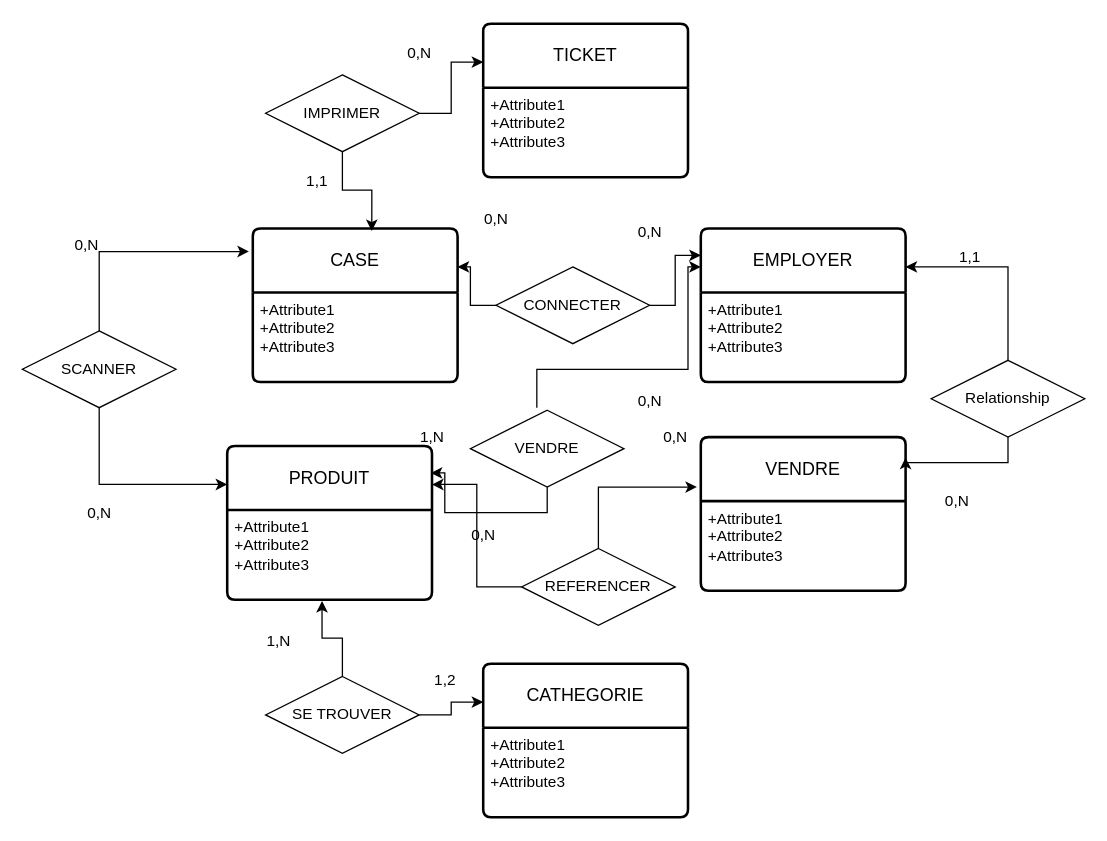
Before: page "Page-2" (2 of 3) of Diagramme sans nom 6.drawio in vsilvanska/examen-info-2023, a draw.io diagram. Source tidied: cells renumbered, new cells numbered last; positions are measured from the earlier drawing's top-left corner, leaving out a move shared by most shapes. Both pictures are drawn from the tidied source at 128%, with x=0, y=0 at pixel (22, 23).
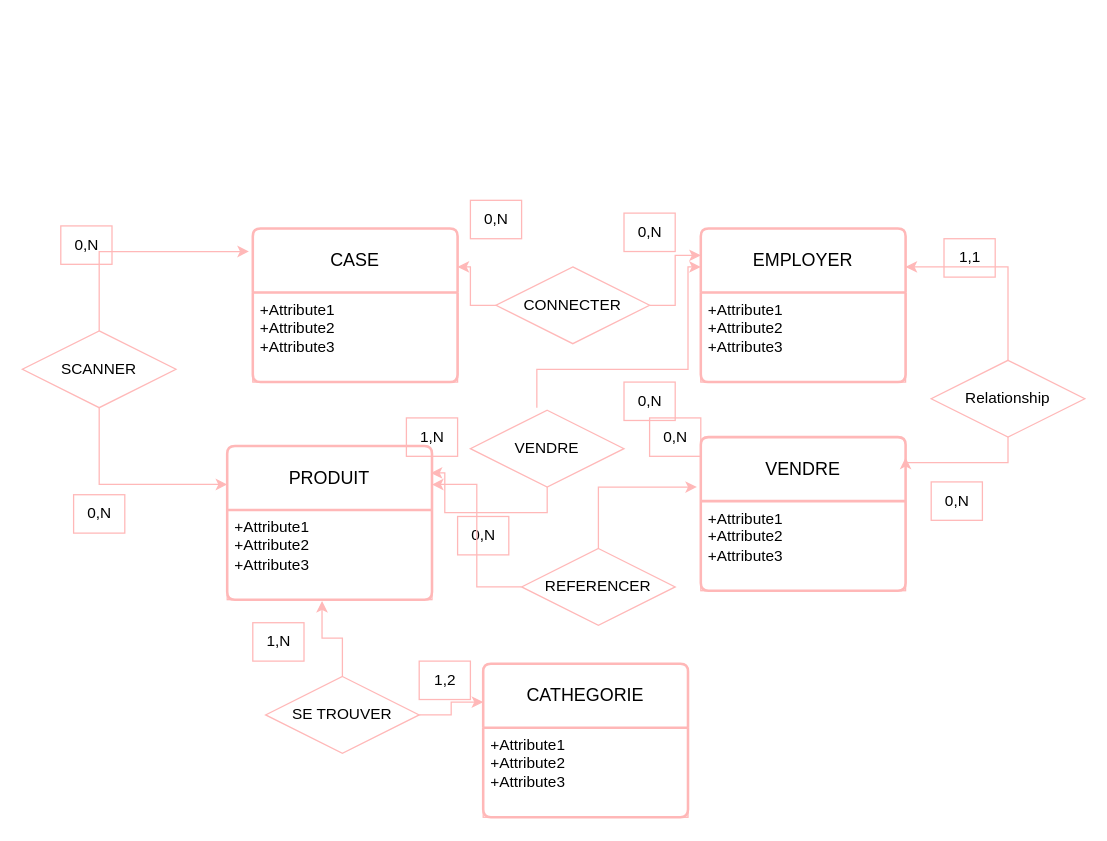
The same page after the edit.

Change to the diagram source:
```diff
@@
-    <mxCell id="2" value="CASE" style="swimlane;horizontal=1;startSize=50;rounded=1;fontSize=14;fontStyle=0;strokeWidth=2;shadow=0;dashed=0;align=center;arcSize=4;whiteSpace=wrap;html=1;" parent="1" vertex="1">
+    <mxCell id="2" value="CASE" style="swimlane;horizontal=1;startSize=50;rounded=1;fontSize=14;fontStyle=0;strokeWidth=2;shadow=0;dashed=0;align=center;arcSize=4;whiteSpace=wrap;html=1;strokeColor=#ffb8b8;" parent="1" vertex="1">
       <mxGeometry x="180" y="160" width="160" height="120" as="geometry" />
     </mxCell>
-    <mxCell id="3" value="+Attribute1&#10;+Attribute2&#10;+Attribute3" style="align=left;strokeColor=none;fillColor=none;spacingLeft=4;fontSize=12;verticalAlign=top;html=1;" parent="2" vertex="1">
+    <mxCell id="3" value="+Attribute1&#10;+Attribute2&#10;+Attribute3" style="align=left;strokeColor=#ffb8b8;fillColor=none;spacingLeft=4;fontSize=12;verticalAlign=top;html=1;" parent="2" vertex="1">
       <mxGeometry y="50" width="160" height="70" as="geometry" />
     </mxCell>
-    <mxCell id="4" value="EMPLOYER" style="swimlane;horizontal=1;startSize=50;rounded=1;fontSize=14;fontStyle=0;strokeWidth=2;shadow=0;dashed=0;align=center;arcSize=4;whiteSpace=wrap;html=1;" parent="1" vertex="1">
+    <mxCell id="4" value="EMPLOYER" style="swimlane;horizontal=1;startSize=50;rounded=1;fontSize=14;fontStyle=0;strokeWidth=2;shadow=0;dashed=0;align=center;arcSize=4;whiteSpace=wrap;html=1;strokeColor=#ffb8b8;" parent="1" vertex="1">
       <mxGeometry x="530" y="160" width="160" height="120" as="geometry" />
     </mxCell>
-    <mxCell id="5" value="+Attribute1&#10;+Attribute2&#10;+Attribute3" style="align=left;strokeColor=none;fillColor=none;spacingLeft=4;fontSize=12;verticalAlign=top;html=1;" parent="4" vertex="1">
+    <mxCell id="5" value="+Attribute1&#10;+Attribute2&#10;+Attribute3" style="align=left;strokeColor=#ffb8b8;fillColor=none;spacingLeft=4;fontSize=12;verticalAlign=top;html=1;" parent="4" vertex="1">
       <mxGeometry y="50" width="160" height="70" as="geometry" />
     </mxCell>
-    <mxCell id="6" style="edgeStyle=orthogonalEdgeStyle;rounded=0;jettySize=auto;html=1;exitX=0;exitY=0.5;exitDx=0;exitDy=0;entryX=1;entryY=0.25;entryDx=0;entryDy=0;" parent="1" edge="1" source="7" target="2">
+    <mxCell id="6" style="edgeStyle=orthogonalEdgeStyle;rounded=0;jettySize=auto;html=1;exitX=0;exitY=0.5;exitDx=0;exitDy=0;entryX=1;entryY=0.25;entryDx=0;entryDy=0;strokeColor=#ffb8b8;" parent="1" edge="1" source="7" target="2">
       <mxGeometry relative="1" as="geometry" />
     </mxCell>
-    <mxCell id="7" value="CONNECTER" style="shape=rhombus;perimeter=rhombusPerimeter;whiteSpace=wrap;html=1;align=center;" parent="1" vertex="1">
+    <mxCell id="7" value="CONNECTER" style="shape=rhombus;perimeter=rhombusPerimeter;whiteSpace=wrap;html=1;align=center;strokeColor=#ffb8b8;" parent="1" vertex="1">
       <mxGeometry x="370" y="190" width="120" height="60" as="geometry" />
     </mxCell>
-    <mxCell id="8" style="edgeStyle=orthogonalEdgeStyle;rounded=0;jettySize=auto;html=1;exitX=1;exitY=0.5;exitDx=0;exitDy=0;entryX=0;entryY=0.175;entryDx=0;entryDy=0;entryPerimeter=0;" parent="1" edge="1" source="7" target="4">
+    <mxCell id="8" style="edgeStyle=orthogonalEdgeStyle;rounded=0;jettySize=auto;html=1;exitX=1;exitY=0.5;exitDx=0;exitDy=0;entryX=0;entryY=0.175;entryDx=0;entryDy=0;entryPerimeter=0;strokeColor=#ffb8b8;" parent="1" edge="1" source="7" target="4">
       <mxGeometry relative="1" as="geometry" />
     </mxCell>
-    <mxCell id="9" value="0,N" style="text;html=1;align=center;verticalAlign=middle;strokeColor=none;fillColor=none;" parent="1" vertex="1">
+    <mxCell id="9" value="0,N" style="text;html=1;align=center;verticalAlign=middle;strokeColor=#ffb8b8;fillColor=none;" parent="1" vertex="1">
       <mxGeometry x="350" y="138" width="40" height="30" as="geometry" />
     </mxCell>
-    <mxCell id="10" value="0,N" style="text;html=1;align=center;verticalAlign=middle;strokeColor=none;fillColor=none;" parent="1" vertex="1">
+    <mxCell id="10" value="0,N" style="text;html=1;align=center;verticalAlign=middle;strokeColor=#ffb8b8;fillColor=none;" parent="1" vertex="1">
       <mxGeometry x="470" y="148" width="40" height="30" as="geometry" />
     </mxCell>
-    <mxCell id="11" value="PRODUIT" style="swimlane;horizontal=1;startSize=50;rounded=1;fontSize=14;fontStyle=0;strokeWidth=2;shadow=0;dashed=0;align=center;arcSize=4;whiteSpace=wrap;html=1;" parent="1" vertex="1">
+    <mxCell id="11" value="PRODUIT" style="swimlane;horizontal=1;startSize=50;rounded=1;fontSize=14;fontStyle=0;strokeWidth=2;shadow=0;dashed=0;align=center;arcSize=4;whiteSpace=wrap;html=1;strokeColor=#ffb8b8;" parent="1" vertex="1">
       <mxGeometry x="160" y="330" width="160" height="120" as="geometry" />
     </mxCell>
-    <mxCell id="12" value="+Attribute1&#10;+Attribute2&#10;+Attribute3" style="align=left;strokeColor=none;fillColor=none;spacingLeft=4;fontSize=12;verticalAlign=top;html=1;" parent="11" vertex="1">
+    <mxCell id="12" value="+Attribute1&#10;+Attribute2&#10;+Attribute3" style="align=left;strokeColor=#ffb8b8;fillColor=none;spacingLeft=4;fontSize=12;verticalAlign=top;html=1;" parent="11" vertex="1">
       <mxGeometry y="50" width="160" height="70" as="geometry" />
     </mxCell>
-    <mxCell id="13" value="TICKET" style="swimlane;horizontal=1;startSize=50;rounded=1;fontSize=14;fontStyle=0;strokeWidth=2;shadow=0;dashed=0;align=center;arcSize=4;whiteSpace=wrap;html=1;" parent="1" vertex="1">
-      <mxGeometry x="360" width="160" height="120" as="geometry" />
-    </mxCell>
-    <mxCell id="14" value="+Attribute1&#10;+Attribute2&#10;+Attribute3" style="align=left;strokeColor=none;fillColor=none;spacingLeft=4;fontSize=12;verticalAlign=top;html=1;" parent="13" vertex="1">
-      <mxGeometry y="50" width="160" height="70" as="geometry" />
-    </mxCell>
-    <mxCell id="15" style="edgeStyle=orthogonalEdgeStyle;rounded=0;jettySize=auto;html=1;exitX=1;exitY=0.5;exitDx=0;exitDy=0;entryX=0;entryY=0.25;entryDx=0;entryDy=0;" parent="1" edge="1" source="16" target="13">
-      <mxGeometry relative="1" as="geometry" />
-    </mxCell>
-    <mxCell id="16" value="IMPRIMER" style="shape=rhombus;perimeter=rhombusPerimeter;whiteSpace=wrap;html=1;align=center;" parent="1" vertex="1">
-      <mxGeometry x="190" y="40" width="120" height="60" as="geometry" />
-    </mxCell>
-    <mxCell id="17" style="edgeStyle=orthogonalEdgeStyle;rounded=0;jettySize=auto;html=1;exitX=0.5;exitY=1;exitDx=0;exitDy=0;entryX=0.581;entryY=0.017;entryDx=0;entryDy=0;entryPerimeter=0;" parent="1" edge="1" source="16" target="2">
-      <mxGeometry relative="1" as="geometry" />
-    </mxCell>
-    <mxCell id="18" style="edgeStyle=orthogonalEdgeStyle;rounded=0;jettySize=auto;html=1;exitX=0.5;exitY=1;exitDx=0;exitDy=0;entryX=0;entryY=0.25;entryDx=0;entryDy=0;" parent="1" edge="1" source="19" target="11">
+    <mxCell id="18" style="edgeStyle=orthogonalEdgeStyle;rounded=0;jettySize=auto;html=1;exitX=0.5;exitY=1;exitDx=0;exitDy=0;entryX=0;entryY=0.25;entryDx=0;entryDy=0;strokeColor=#ffb8b8;" parent="1" edge="1" source="19" target="11">
       <mxGeometry relative="1" as="geometry" />
     </mxCell>
-    <mxCell id="19" value="SCANNER" style="shape=rhombus;perimeter=rhombusPerimeter;whiteSpace=wrap;html=1;align=center;" parent="1" vertex="1">
+    <mxCell id="19" value="SCANNER" style="shape=rhombus;perimeter=rhombusPerimeter;whiteSpace=wrap;html=1;align=center;strokeColor=#ffb8b8;" parent="1" vertex="1">
       <mxGeometry y="240" width="120" height="60" as="geometry" />
     </mxCell>
-    <mxCell id="20" style="edgeStyle=orthogonalEdgeStyle;rounded=0;jettySize=auto;html=1;exitX=0.5;exitY=0;exitDx=0;exitDy=0;entryX=-0.019;entryY=0.15;entryDx=0;entryDy=0;entryPerimeter=0;" parent="1" edge="1" source="19" target="2">
+    <mxCell id="20" style="edgeStyle=orthogonalEdgeStyle;rounded=0;jettySize=auto;html=1;exitX=0.5;exitY=0;exitDx=0;exitDy=0;entryX=-0.019;entryY=0.15;entryDx=0;entryDy=0;entryPerimeter=0;strokeColor=#ffb8b8;" parent="1" edge="1" source="19" target="2">
       <mxGeometry relative="1" as="geometry" />
     </mxCell>
-    <mxCell id="21" value="0,N" style="text;html=1;align=center;verticalAlign=middle;strokeColor=none;fillColor=none;" parent="1" vertex="1">
+    <mxCell id="21" value="0,N" style="text;html=1;align=center;verticalAlign=middle;strokeColor=#ffb8b8;fillColor=none;" parent="1" vertex="1">
       <mxGeometry x="30" y="158" width="40" height="30" as="geometry" />
     </mxCell>
-    <mxCell id="22" value="0,N" style="text;html=1;align=center;verticalAlign=middle;strokeColor=none;fillColor=none;" parent="1" vertex="1">
+    <mxCell id="22" value="0,N" style="text;html=1;align=center;verticalAlign=middle;strokeColor=#ffb8b8;fillColor=none;" parent="1" vertex="1">
       <mxGeometry x="40" y="368" width="40" height="30" as="geometry" />
     </mxCell>
-    <mxCell id="23" value="0,N" style="text;html=1;align=center;verticalAlign=middle;strokeColor=none;fillColor=none;" parent="1" vertex="1">
-      <mxGeometry x="290" y="8" width="40" height="30" as="geometry" />
-    </mxCell>
-    <mxCell id="24" value="1,1" style="text;html=1;align=center;verticalAlign=middle;strokeColor=none;fillColor=none;" parent="1" vertex="1">
-      <mxGeometry x="210" y="108" width="40" height="30" as="geometry" />
-    </mxCell>
-    <mxCell id="25" style="edgeStyle=orthogonalEdgeStyle;rounded=0;jettySize=auto;html=1;exitX=0.5;exitY=0;exitDx=0;exitDy=0;entryX=0;entryY=0.25;entryDx=0;entryDy=0;" parent="1" edge="1" target="4">
+    <mxCell id="25" style="edgeStyle=orthogonalEdgeStyle;rounded=0;jettySize=auto;html=1;exitX=0.5;exitY=0;exitDx=0;exitDy=0;entryX=0;entryY=0.25;entryDx=0;entryDy=0;strokeColor=#ffb8b8;" parent="1" edge="1" target="4">
       <mxGeometry relative="1" as="geometry">
         <mxPoint x="401.9" y="300" as="sourcePoint" />
         <Array as="points">
           <mxPoint x="402" y="270" />
           <mxPoint x="520" y="270" />
           <mxPoint x="520" y="190" />
         </Array>
       </mxGeometry>
     </mxCell>
-    <mxCell id="26" value="VENDRE" style="shape=rhombus;perimeter=rhombusPerimeter;whiteSpace=wrap;html=1;align=center;" parent="1" vertex="1">
+    <mxCell id="26" value="VENDRE" style="shape=rhombus;perimeter=rhombusPerimeter;whiteSpace=wrap;html=1;align=center;strokeColor=#ffb8b8;" parent="1" vertex="1">
       <mxGeometry x="350" y="302" width="120" height="60" as="geometry" />
     </mxCell>
-    <mxCell id="27" style="edgeStyle=orthogonalEdgeStyle;rounded=0;jettySize=auto;html=1;exitX=0.5;exitY=1;exitDx=0;exitDy=0;entryX=0.994;entryY=0.175;entryDx=0;entryDy=0;entryPerimeter=0;" parent="1" edge="1" source="26" target="11">
+    <mxCell id="27" style="edgeStyle=orthogonalEdgeStyle;rounded=0;jettySize=auto;html=1;exitX=0.5;exitY=1;exitDx=0;exitDy=0;entryX=0.994;entryY=0.175;entryDx=0;entryDy=0;entryPerimeter=0;strokeColor=#ffb8b8;" parent="1" edge="1" source="26" target="11">
       <mxGeometry relative="1" as="geometry" />
     </mxCell>
-    <mxCell id="28" value="0,N" style="text;html=1;align=center;verticalAlign=middle;strokeColor=none;fillColor=none;" parent="1" vertex="1">
+    <mxCell id="28" value="0,N" style="text;html=1;align=center;verticalAlign=middle;strokeColor=#ffb8b8;fillColor=none;" parent="1" vertex="1">
       <mxGeometry x="340" y="385" width="40" height="30" as="geometry" />
     </mxCell>
-    <mxCell id="29" value="0,N" style="text;html=1;align=center;verticalAlign=middle;strokeColor=none;fillColor=none;" parent="1" vertex="1">
+    <mxCell id="29" value="0,N" style="text;html=1;align=center;verticalAlign=middle;strokeColor=#ffb8b8;fillColor=none;" parent="1" vertex="1">
       <mxGeometry x="470" y="280" width="40" height="30" as="geometry" />
     </mxCell>
-    <mxCell id="30" value="VENDRE" style="swimlane;horizontal=1;startSize=50;rounded=1;fontSize=14;fontStyle=0;strokeWidth=2;shadow=0;dashed=0;align=center;arcSize=4;whiteSpace=wrap;html=1;" parent="1" vertex="1">
+    <mxCell id="30" value="VENDRE" style="swimlane;horizontal=1;startSize=50;rounded=1;fontSize=14;fontStyle=0;strokeWidth=2;shadow=0;dashed=0;align=center;arcSize=4;whiteSpace=wrap;html=1;strokeColor=#ffb8b8;" parent="1" vertex="1">
       <mxGeometry x="530" y="323" width="160" height="120" as="geometry" />
     </mxCell>
-    <mxCell id="31" value="+Attribute1&#10;+Attribute2&#10;+Attribute3" style="align=left;strokeColor=none;fillColor=none;spacingLeft=4;fontSize=12;verticalAlign=top;html=1;" parent="30" vertex="1">
+    <mxCell id="31" value="+Attribute1&#10;+Attribute2&#10;+Attribute3" style="align=left;strokeColor=#ffb8b8;fillColor=none;spacingLeft=4;fontSize=12;verticalAlign=top;html=1;" parent="30" vertex="1">
       <mxGeometry y="50" width="160" height="70" as="geometry" />
     </mxCell>
-    <mxCell id="32" style="edgeStyle=orthogonalEdgeStyle;rounded=0;jettySize=auto;html=1;exitX=0.5;exitY=0;exitDx=0;exitDy=0;entryX=1;entryY=0.25;entryDx=0;entryDy=0;" parent="1" edge="1" source="33" target="4">
+    <mxCell id="32" style="edgeStyle=orthogonalEdgeStyle;rounded=0;jettySize=auto;html=1;exitX=0.5;exitY=0;exitDx=0;exitDy=0;entryX=1;entryY=0.25;entryDx=0;entryDy=0;strokeColor=#ffb8b8;" parent="1" edge="1" source="33" target="4">
       <mxGeometry relative="1" as="geometry" />
     </mxCell>
-    <mxCell id="33" value="Relationship" style="shape=rhombus;perimeter=rhombusPerimeter;whiteSpace=wrap;html=1;align=center;" parent="1" vertex="1">
+    <mxCell id="33" value="Relationship" style="shape=rhombus;perimeter=rhombusPerimeter;whiteSpace=wrap;html=1;align=center;strokeColor=#ffb8b8;" parent="1" vertex="1">
       <mxGeometry x="710" y="263" width="120" height="60" as="geometry" />
     </mxCell>
-    <mxCell id="34" value="1,1" style="text;html=1;align=center;verticalAlign=middle;strokeColor=none;fillColor=none;" parent="1" vertex="1">
+    <mxCell id="34" value="1,1" style="text;html=1;align=center;verticalAlign=middle;strokeColor=#ffb8b8;fillColor=none;" parent="1" vertex="1">
       <mxGeometry x="720" y="168" width="40" height="30" as="geometry" />
     </mxCell>
-    <mxCell id="35" value="0,N" style="text;html=1;align=center;verticalAlign=middle;strokeColor=none;fillColor=none;" parent="1" vertex="1">
+    <mxCell id="35" value="0,N" style="text;html=1;align=center;verticalAlign=middle;strokeColor=#ffb8b8;fillColor=none;" parent="1" vertex="1">
       <mxGeometry x="710" y="358" width="40" height="30" as="geometry" />
     </mxCell>
-    <mxCell id="36" style="edgeStyle=orthogonalEdgeStyle;rounded=0;jettySize=auto;html=1;exitX=0.5;exitY=1;exitDx=0;exitDy=0;entryX=1;entryY=0.133;entryDx=0;entryDy=0;entryPerimeter=0;" parent="1" edge="1" source="33" target="30">
+    <mxCell id="36" style="edgeStyle=orthogonalEdgeStyle;rounded=0;jettySize=auto;html=1;exitX=0.5;exitY=1;exitDx=0;exitDy=0;entryX=1;entryY=0.133;entryDx=0;entryDy=0;entryPerimeter=0;strokeColor=#ffb8b8;" parent="1" edge="1" source="33" target="30">
       <mxGeometry relative="1" as="geometry" />
     </mxCell>
-    <mxCell id="37" style="edgeStyle=orthogonalEdgeStyle;rounded=0;jettySize=auto;html=1;exitX=0;exitY=0.5;exitDx=0;exitDy=0;entryX=1;entryY=0.25;entryDx=0;entryDy=0;" parent="1" edge="1" source="38" target="11">
+    <mxCell id="37" style="edgeStyle=orthogonalEdgeStyle;rounded=0;jettySize=auto;html=1;exitX=0;exitY=0.5;exitDx=0;exitDy=0;entryX=1;entryY=0.25;entryDx=0;entryDy=0;strokeColor=#ffb8b8;" parent="1" edge="1" source="38" target="11">
       <mxGeometry relative="1" as="geometry" />
     </mxCell>
-    <mxCell id="38" value="REFERENCER" style="shape=rhombus;perimeter=rhombusPerimeter;whiteSpace=wrap;html=1;align=center;" parent="1" vertex="1">
+    <mxCell id="38" value="REFERENCER" style="shape=rhombus;perimeter=rhombusPerimeter;whiteSpace=wrap;html=1;align=center;strokeColor=#ffb8b8;" parent="1" vertex="1">
       <mxGeometry x="390" y="410" width="120" height="60" as="geometry" />
     </mxCell>
-    <mxCell id="39" style="edgeStyle=orthogonalEdgeStyle;rounded=0;jettySize=auto;html=1;exitX=0.5;exitY=0;exitDx=0;exitDy=0;entryX=-0.019;entryY=0.325;entryDx=0;entryDy=0;entryPerimeter=0;" parent="1" edge="1" source="38" target="30">
+    <mxCell id="39" style="edgeStyle=orthogonalEdgeStyle;rounded=0;jettySize=auto;html=1;exitX=0.5;exitY=0;exitDx=0;exitDy=0;entryX=-0.019;entryY=0.325;entryDx=0;entryDy=0;entryPerimeter=0;strokeColor=#ffb8b8;" parent="1" edge="1" source="38" target="30">
       <mxGeometry relative="1" as="geometry" />
     </mxCell>
-    <mxCell id="40" value="1,N" style="text;html=1;align=center;verticalAlign=middle;strokeColor=none;fillColor=none;" parent="1" vertex="1">
+    <mxCell id="40" value="1,N" style="text;html=1;align=center;verticalAlign=middle;strokeColor=#ffb8b8;fillColor=none;" parent="1" vertex="1">
       <mxGeometry x="300" y="308" width="40" height="30" as="geometry" />
     </mxCell>
-    <mxCell id="41" value="0,N" style="text;html=1;align=center;verticalAlign=middle;strokeColor=none;fillColor=none;" parent="1" vertex="1">
+    <mxCell id="41" value="0,N" style="text;html=1;align=center;verticalAlign=middle;strokeColor=#ffb8b8;fillColor=none;" parent="1" vertex="1">
       <mxGeometry x="490" y="308" width="40" height="30" as="geometry" />
     </mxCell>
-    <mxCell id="42" value="CATHEGORIE" style="swimlane;horizontal=1;startSize=50;rounded=1;fontSize=14;fontStyle=0;strokeWidth=2;shadow=0;dashed=0;align=center;arcSize=4;whiteSpace=wrap;html=1;" parent="1" vertex="1">
+    <mxCell id="42" value="CATHEGORIE" style="swimlane;horizontal=1;startSize=50;rounded=1;fontSize=14;fontStyle=0;strokeWidth=2;shadow=0;dashed=0;align=center;arcSize=4;whiteSpace=wrap;html=1;strokeColor=#ffb8b8;" parent="1" vertex="1">
       <mxGeometry x="360" y="500" width="160" height="120" as="geometry" />
     </mxCell>
-    <mxCell id="43" value="+Attribute1&#10;+Attribute2&#10;+Attribute3" style="align=left;strokeColor=none;fillColor=none;spacingLeft=4;fontSize=12;verticalAlign=top;html=1;" parent="42" vertex="1">
+    <mxCell id="43" value="+Attribute1&#10;+Attribute2&#10;+Attribute3" style="align=left;strokeColor=#ffb8b8;fillColor=none;spacingLeft=4;fontSize=12;verticalAlign=top;html=1;" parent="42" vertex="1">
       <mxGeometry y="50" width="160" height="70" as="geometry" />
     </mxCell>
-    <mxCell id="44" value="SE TROUVER" style="shape=rhombus;perimeter=rhombusPerimeter;whiteSpace=wrap;html=1;align=center;" parent="1" vertex="1">
+    <mxCell id="44" value="SE TROUVER" style="shape=rhombus;perimeter=rhombusPerimeter;whiteSpace=wrap;html=1;align=center;strokeColor=#ffb8b8;" parent="1" vertex="1">
       <mxGeometry x="190" y="510" width="120" height="60" as="geometry" />
     </mxCell>
-    <mxCell id="45" style="edgeStyle=orthogonalEdgeStyle;rounded=0;jettySize=auto;html=1;entryX=0.463;entryY=1.014;entryDx=0;entryDy=0;entryPerimeter=0;" parent="1" edge="1" source="44" target="12">
+    <mxCell id="45" style="edgeStyle=orthogonalEdgeStyle;rounded=0;jettySize=auto;html=1;entryX=0.463;entryY=1.014;entryDx=0;entryDy=0;entryPerimeter=0;strokeColor=#ffb8b8;" parent="1" edge="1" source="44" target="12">
       <mxGeometry relative="1" as="geometry" />
     </mxCell>
-    <mxCell id="46" style="edgeStyle=orthogonalEdgeStyle;rounded=0;jettySize=auto;html=1;exitX=1;exitY=0.5;exitDx=0;exitDy=0;entryX=0;entryY=0.25;entryDx=0;entryDy=0;" parent="1" edge="1" source="44" target="42">
+    <mxCell id="46" style="edgeStyle=orthogonalEdgeStyle;rounded=0;jettySize=auto;html=1;exitX=1;exitY=0.5;exitDx=0;exitDy=0;entryX=0;entryY=0.25;entryDx=0;entryDy=0;strokeColor=#ffb8b8;" parent="1" edge="1" source="44" target="42">
       <mxGeometry relative="1" as="geometry" />
     </mxCell>
-    <mxCell id="47" value="1,N" style="text;html=1;align=center;verticalAlign=middle;strokeColor=none;fillColor=none;" parent="1" vertex="1">
+    <mxCell id="47" value="1,N" style="text;html=1;align=center;verticalAlign=middle;strokeColor=#ffb8b8;fillColor=none;" parent="1" vertex="1">
       <mxGeometry x="180" y="468" width="40" height="30" as="geometry" />
     </mxCell>
-    <mxCell id="48" value="1,2" style="text;html=1;align=center;verticalAlign=middle;strokeColor=none;fillColor=none;" parent="1" vertex="1">
+    <mxCell id="48" value="1,2" style="text;html=1;align=center;verticalAlign=middle;strokeColor=#ffb8b8;fillColor=none;" parent="1" vertex="1">
       <mxGeometry x="310" y="498" width="40" height="30" as="geometry" />
     </mxCell>
```
